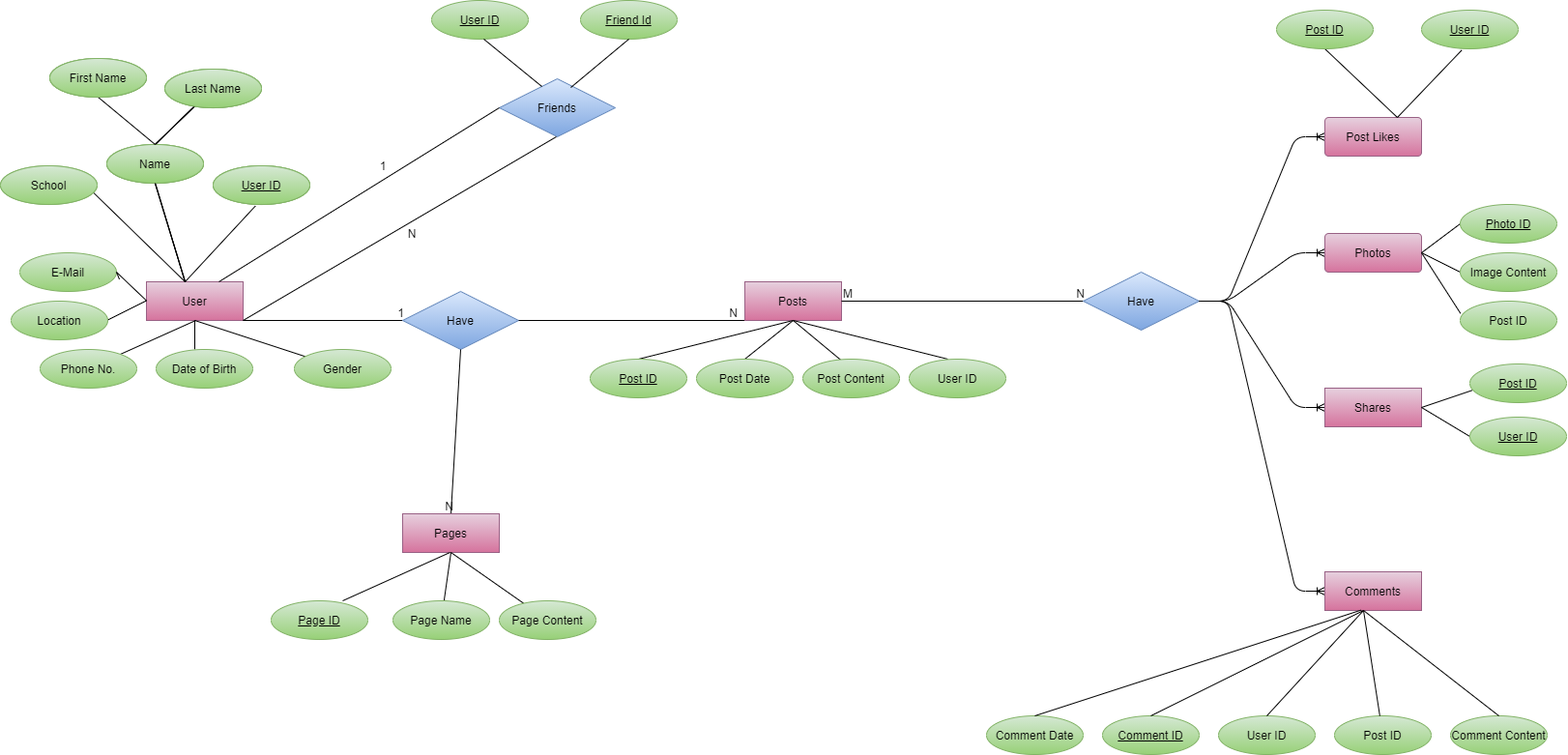
Above: ER Diagram/Social Media Database Management System.drawio.png in Abhishek4848/SocialMedia-Database-Management-System (draw.io), before the change. Source tidied: cells renumbered, new cells last; positions are measured from the earlier drawing's top-left corner, leaving out a move shared by most shapes.
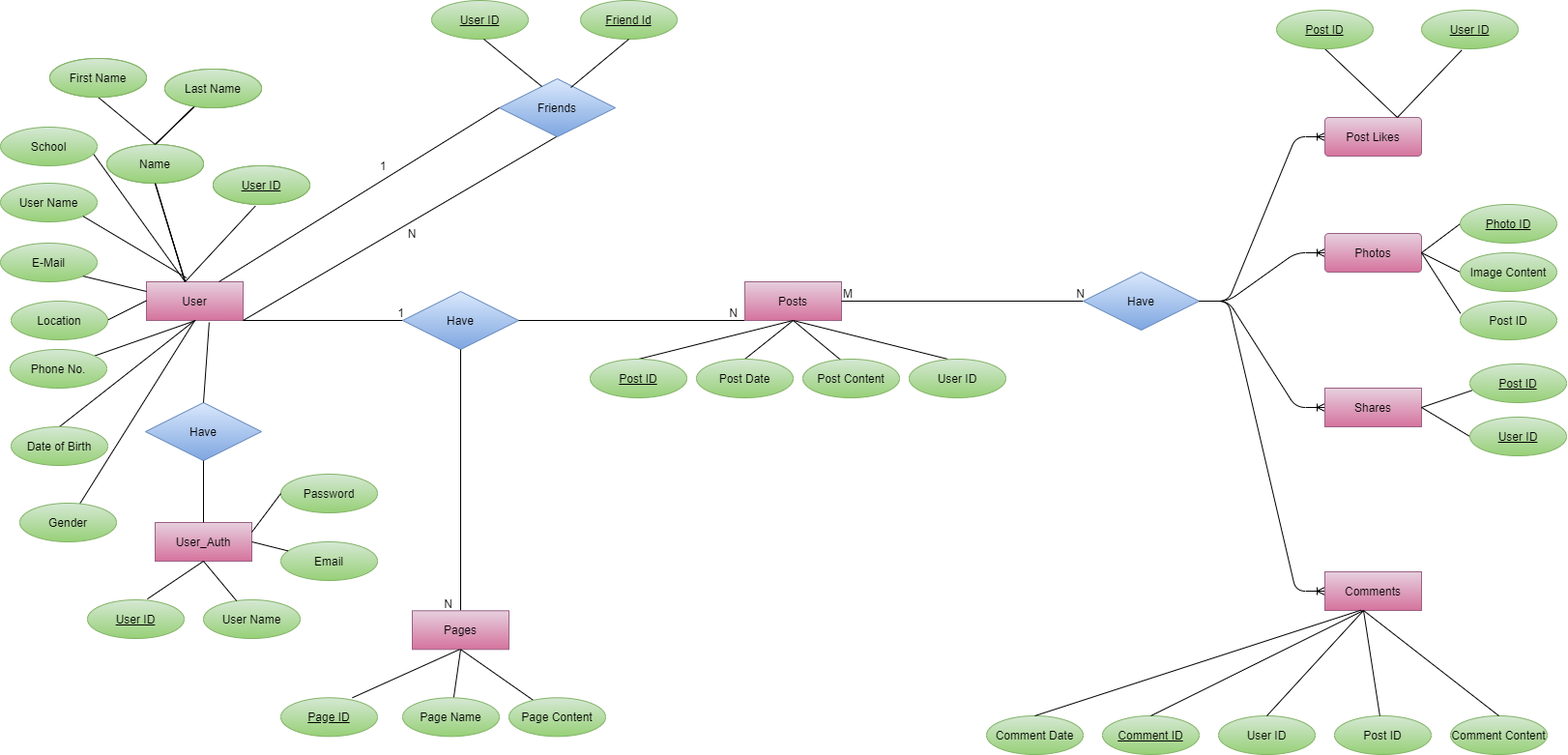
After the change.

The edit, as a diff of the source:
```diff
@@ -31,19 +31,11 @@
       </mxGeometry>
     </mxCell>
     <mxCell id="10" value="School" style="ellipse;whiteSpace=wrap;html=1;align=center;fillColor=#d5e8d4;strokeColor=#82b366;gradientColor=#97d077;" parent="1" vertex="1">
-      <mxGeometry y="171" width="100" height="40" as="geometry" />
+      <mxGeometry y="131" width="100" height="40" as="geometry" />
     </mxCell>
     <mxCell id="11" value="E-Mail" style="ellipse;whiteSpace=wrap;html=1;align=center;fillColor=#d5e8d4;strokeColor=#82b366;gradientColor=#97d077;" parent="1" vertex="1">
-      <mxGeometry x="20" y="261" width="100" height="40" as="geometry" />
+      <mxGeometry y="251" width="100" height="40" as="geometry" />
     </mxCell>
-    <mxCell id="12" style="endArrow=none;html=1;rounded=0;exitX=1.03;exitY=0.685;exitDx=0;exitDy=0;exitPerimeter=0;" parent="1" edge="1" source="11">
-      <mxGeometry relative="1" as="geometry">
-        <mxPoint x="151" y="310.5" as="targetPoint" />
-        <Array as="points">
-          <mxPoint x="120" y="281" />
-        </Array>
-      </mxGeometry>
-    </mxCell>
     <mxCell id="13" style="endArrow=none;html=1;rounded=0;" parent="1" edge="1">
       <mxGeometry relative="1" as="geometry">
         <mxPoint x="110" y="331" as="sourcePoint" />
@@ -59,16 +51,15 @@
       </mxGeometry>
     </mxCell>
     <mxCell id="16" value="Phone No." style="ellipse;whiteSpace=wrap;html=1;align=center;fillColor=#d5e8d4;strokeColor=#82b366;gradientColor=#97d077;" parent="1" vertex="1">
-      <mxGeometry x="41" y="361" width="100" height="40" as="geometry" />
+      <mxGeometry x="10" y="361" width="100" height="40" as="geometry" />
     </mxCell>
-    <mxCell id="17" style="endArrow=none;html=1;rounded=0;" parent="1" edge="1">
+    <mxCell id="17" style="endArrow=none;html=1;rounded=0;entryX=0.5;entryY=0;entryDx=0;entryDy=0;" parent="1" edge="1" target="18">
       <mxGeometry relative="1" as="geometry">
         <mxPoint x="201" y="331" as="sourcePoint" />
-        <mxPoint x="201" y="361" as="targetPoint" />
       </mxGeometry>
     </mxCell>
     <mxCell id="18" value="Date of Birth" style="ellipse;whiteSpace=wrap;html=1;align=center;fillColor=#d5e8d4;strokeColor=#82b366;gradientColor=#97d077;" parent="1" vertex="1">
-      <mxGeometry x="161" y="361" width="100" height="40" as="geometry" />
+      <mxGeometry x="11" y="441" width="100" height="40" as="geometry" />
     </mxCell>
     <mxCell id="19" style="endArrow=none;html=1;rounded=0;" parent="1" edge="1" target="20">
       <mxGeometry relative="1" as="geometry">
@@ -76,7 +67,7 @@
       </mxGeometry>
     </mxCell>
     <mxCell id="20" value="Gender" style="ellipse;whiteSpace=wrap;html=1;align=center;fillColor=#d5e8d4;strokeColor=#82b366;gradientColor=#97d077;" parent="1" vertex="1">
-      <mxGeometry x="304" y="361" width="100" height="40" as="geometry" />
+      <mxGeometry x="20" y="520" width="100" height="40" as="geometry" />
     </mxCell>
     <mxCell id="21" style="endArrow=none;html=1;rounded=0;entryX=0;entryY=0.5;entryDx=0;entryDy=0;exitX=1;exitY=1;exitDx=0;exitDy=0;" parent="1" edge="1" source="2" target="23">
       <mxGeometry relative="1" as="geometry" />
@@ -92,36 +83,36 @@
     </mxCell>
     <mxCell id="25" value="N" style="html=1;align=right;verticalAlign=bottom;" parent="24" vertex="1">
       <mxGeometry x="1" relative="1" as="geometry">
-        <mxPoint x="1" as="offset" />
+        <mxPoint x="-10" as="offset" />
       </mxGeometry>
     </mxCell>
     <mxCell id="26" value="Pages" style="whiteSpace=wrap;html=1;align=center;gradientColor=#d5739d;fillColor=#e6d0de;strokeColor=#996185;" parent="1" vertex="1">
-      <mxGeometry x="416" y="531" width="100" height="40" as="geometry" />
+      <mxGeometry x="426" y="631.3" width="100" height="40" as="geometry" />
     </mxCell>
     <mxCell id="27" style="endArrow=none;html=1;rounded=0;" parent="1" edge="1">
       <mxGeometry relative="1" as="geometry">
-        <mxPoint x="354" y="621" as="sourcePoint" />
-        <mxPoint x="465" y="571" as="targetPoint" />
+        <mxPoint x="364" y="721.3" as="sourcePoint" />
+        <mxPoint x="475" y="671.3" as="targetPoint" />
       </mxGeometry>
     </mxCell>
     <mxCell id="28" value="Page ID" style="ellipse;whiteSpace=wrap;html=1;align=center;fontStyle=4;gradientColor=#97d077;fillColor=#d5e8d4;strokeColor=#82b366;" parent="1" vertex="1">
-      <mxGeometry x="280" y="621" width="100" height="40" as="geometry" />
+      <mxGeometry x="290" y="721.3" width="100" height="40" as="geometry" />
     </mxCell>
     <mxCell id="29" style="endArrow=none;html=1;rounded=0;" parent="1" edge="1" target="30">
       <mxGeometry relative="1" as="geometry">
-        <mxPoint x="466" y="571" as="sourcePoint" />
+        <mxPoint x="476" y="671.3" as="sourcePoint" />
       </mxGeometry>
     </mxCell>
     <mxCell id="30" value="Page Name" style="ellipse;whiteSpace=wrap;html=1;align=center;gradientColor=#97d077;fillColor=#d5e8d4;strokeColor=#82b366;" parent="1" vertex="1">
-      <mxGeometry x="406" y="621" width="100" height="40" as="geometry" />
+      <mxGeometry x="416" y="721.3" width="100" height="40" as="geometry" />
     </mxCell>
     <mxCell id="31" style="endArrow=none;html=1;rounded=0;" parent="1" edge="1" target="32">
       <mxGeometry relative="1" as="geometry">
-        <mxPoint x="466" y="571" as="sourcePoint" />
+        <mxPoint x="476" y="671.3" as="sourcePoint" />
       </mxGeometry>
     </mxCell>
     <mxCell id="32" value="Page Content" style="ellipse;whiteSpace=wrap;html=1;align=center;gradientColor=#97d077;fillColor=#d5e8d4;strokeColor=#82b366;" parent="1" vertex="1">
-      <mxGeometry x="516" y="621" width="100" height="40" as="geometry" />
+      <mxGeometry x="526" y="721.3" width="100" height="40" as="geometry" />
     </mxCell>
     <mxCell id="33" style="endArrow=none;html=1;rounded=0;entryX=0;entryY=1;entryDx=0;entryDy=0;exitX=1;exitY=0.5;exitDx=0;exitDy=0;" parent="1" edge="1" source="23" target="35">
       <mxGeometry relative="1" as="geometry" />
@@ -332,9 +323,6 @@
         <mxPoint x="191" y="291" as="sourcePoint" />
       </mxGeometry>
     </mxCell>
-    <mxCell id="90" value="School" style="ellipse;whiteSpace=wrap;html=1;align=center;fillColor=#d5e8d4;strokeColor=#82b366;gradientColor=#97d077;" parent="1" vertex="1">
-      <mxGeometry y="171" width="100" height="40" as="geometry" />
-    </mxCell>
     <mxCell id="91" style="endArrow=none;html=1;entryX=0;entryY=0.5;entryDx=0;entryDy=0;exitX=0.75;exitY=0;exitDx=0;exitDy=0;" parent="1" edge="1" source="2" target="75">
       <mxGeometry relative="1" as="geometry" />
     </mxCell>
@@ -387,5 +375,52 @@
         <mxPoint x="1410" y="631" as="targetPoint" />
       </mxGeometry>
     </mxCell>
+    <mxCell id="104" value="User Name" style="ellipse;whiteSpace=wrap;html=1;align=center;fillColor=#d5e8d4;strokeColor=#82b366;gradientColor=#97d077;" parent="1" vertex="1">
+      <mxGeometry y="189" width="100" height="40" as="geometry" />
+    </mxCell>
+    <mxCell id="105" style="endArrow=none;html=1;entryX=0.414;entryY=-0.101;entryDx=0;entryDy=0;entryPerimeter=0;exitX=1;exitY=1;exitDx=0;exitDy=0;" parent="1" edge="1" source="104" target="2">
+      <mxGeometry relative="1" as="geometry" />
+    </mxCell>
+    <mxCell id="106" style="endArrow=none;html=1;entryX=0;entryY=0.25;entryDx=0;entryDy=0;exitX=1;exitY=1;exitDx=0;exitDy=0;" parent="1" edge="1" source="11" target="2">
+      <mxGeometry relative="1" as="geometry" />
+    </mxCell>
+    <mxCell id="107" value="User_Auth" style="whiteSpace=wrap;html=1;align=center;gradientColor=#d5739d;fillColor=#e6d0de;strokeColor=#996185;" parent="1" vertex="1">
+      <mxGeometry x="160" y="540" width="100" height="40" as="geometry" />
+    </mxCell>
+    <mxCell id="108" value="User ID" style="ellipse;whiteSpace=wrap;html=1;align=center;fontStyle=4;gradientColor=#97d077;fillColor=#d5e8d4;strokeColor=#82b366;" parent="1" vertex="1">
+      <mxGeometry x="90" y="620" width="100" height="40" as="geometry" />
+    </mxCell>
+    <mxCell id="109" value="Have" style="shape=rhombus;perimeter=rhombusPerimeter;whiteSpace=wrap;html=1;align=center;fillColor=#dae8fc;strokeColor=#6c8ebf;gradientColor=#7ea6e0;" parent="1" vertex="1">
+      <mxGeometry x="150" y="416" width="120" height="60" as="geometry" />
+    </mxCell>
+    <mxCell id="110" value="Password" style="ellipse;whiteSpace=wrap;html=1;align=center;gradientColor=#97d077;fillColor=#d5e8d4;strokeColor=#82b366;" parent="1" vertex="1">
+      <mxGeometry x="290" y="490" width="100" height="40" as="geometry" />
+    </mxCell>
+    <mxCell id="111" value="User Name" style="ellipse;whiteSpace=wrap;html=1;align=center;gradientColor=#97d077;fillColor=#d5e8d4;strokeColor=#82b366;" parent="1" vertex="1">
+      <mxGeometry x="210" y="620" width="100" height="40" as="geometry" />
+    </mxCell>
+    <mxCell id="112" value="Email" style="ellipse;whiteSpace=wrap;html=1;align=center;gradientColor=#97d077;fillColor=#d5e8d4;strokeColor=#82b366;" parent="1" vertex="1">
+      <mxGeometry x="290" y="560" width="100" height="40" as="geometry" />
+    </mxCell>
+    <mxCell id="113" style="endArrow=none;html=1;exitX=0.5;exitY=0;exitDx=0;exitDy=0;entryX=0.649;entryY=1.051;entryDx=0;entryDy=0;entryPerimeter=0;" parent="1" edge="1" source="109" target="2">
+      <mxGeometry relative="1" as="geometry" />
+    </mxCell>
+    <mxCell id="114" style="endArrow=none;html=1;exitX=0.5;exitY=0;exitDx=0;exitDy=0;strokeColor=default;" parent="1" edge="1" source="107">
+      <mxGeometry relative="1" as="geometry">
+        <mxPoint x="210" y="476" as="targetPoint" />
+      </mxGeometry>
+    </mxCell>
+    <mxCell id="115" style="endArrow=none;html=1;exitX=0.619;exitY=-0.021;exitDx=0;exitDy=0;strokeColor=default;entryX=0.5;entryY=1;entryDx=0;entryDy=0;exitPerimeter=0;" parent="1" edge="1" source="108" target="107">
+      <mxGeometry relative="1" as="geometry" />
+    </mxCell>
+    <mxCell id="116" style="endArrow=none;html=1;strokeColor=default;entryX=0.5;entryY=1;entryDx=0;entryDy=0;" parent="1" edge="1" source="111" target="107">
+      <mxGeometry relative="1" as="geometry" />
+    </mxCell>
+    <mxCell id="117" style="endArrow=none;html=1;exitX=1;exitY=0.5;exitDx=0;exitDy=0;strokeColor=default;" parent="1" edge="1" source="107" target="112">
+      <mxGeometry relative="1" as="geometry" />
+    </mxCell>
+    <mxCell id="118" style="endArrow=none;html=1;exitX=1;exitY=0.25;exitDx=0;exitDy=0;strokeColor=default;entryX=0;entryY=0.5;entryDx=0;entryDy=0;" parent="1" edge="1" source="107" target="110">
+      <mxGeometry relative="1" as="geometry" />
+    </mxCell>
   </root>
 </mxGraphModel>
```
